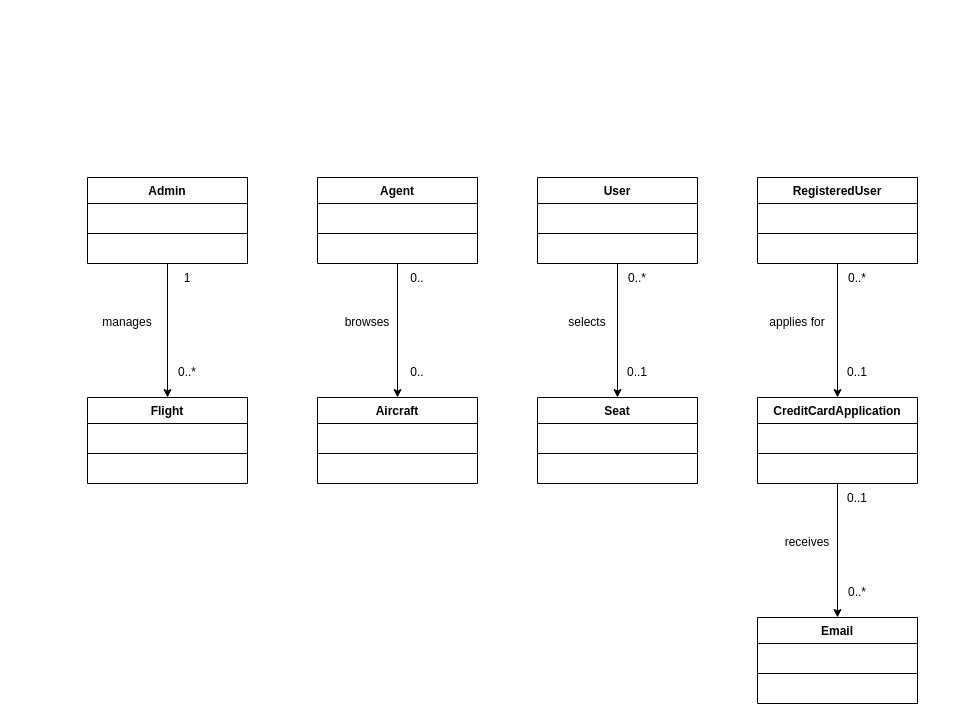
Above: docs/SystemConceptualModel.drawio in Not-Nimna/flight_reservation (draw.io), before the change. Source tidied: cells renumbered, new cells numbered last; positions are measured from the earlier drawing's top-left corner, leaving out a move shared by most shapes. Both pictures are drawn from the tidied source at 100%, with x=0, y=0 at pixel (87, 177).
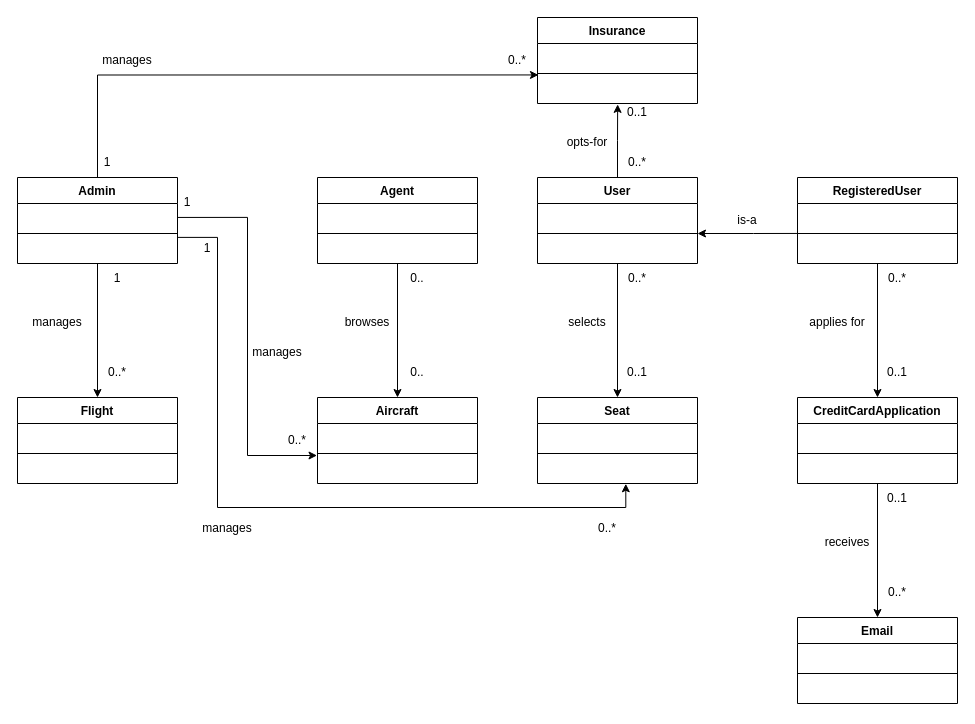
After the change.

Unchanged cells that the change refers to:
```xml
<mxCell id="4" value="&amp;nbsp;" style="text;strokeColor=none;fillColor=none;align=left;verticalAlign=top;spacingLeft=4;spacingRight=4;overflow=hidden;points=[[0,0.5],[1,0.5]];portConstraint=eastwest;whiteSpace=wrap;html=1;" parent="3" vertex="1">
  <mxGeometry y="26" width="160" height="26" as="geometry" />
</mxCell>
<mxCell id="6" value="&amp;nbsp;" style="text;strokeColor=none;fillColor=none;align=left;verticalAlign=top;spacingLeft=4;spacingRight=4;overflow=hidden;points=[[0,0.5],[1,0.5]];portConstraint=eastwest;whiteSpace=wrap;html=1;" parent="3" vertex="1">
  <mxGeometry y="60" width="160" height="26" as="geometry" />
</mxCell>
<mxCell id="11" value="User" style="swimlane;fontStyle=1;align=center;verticalAlign=top;horizontal=1;startSize=26;whiteSpace=wrap;html=1;" parent="1" vertex="1">
  <mxGeometry x="450" width="160" height="86" as="geometry" />
</mxCell>
<mxCell id="17" style="line;strokeWidth=1;fillColor=none;align=left;verticalAlign=middle;spacingTop=-1;spacingLeft=3;spacingRight=3;labelPosition=right;points=[];portConstraint=eastwest;strokeColor=inherit;" parent="15" vertex="1">
  <mxGeometry y="52" width="160" height="8" as="geometry" />
</mxCell>
<mxCell id="26" value="&amp;nbsp;" style="text;strokeColor=none;fillColor=none;align=left;verticalAlign=top;spacingLeft=4;spacingRight=4;overflow=hidden;points=[[0,0.5],[1,0.5]];portConstraint=eastwest;whiteSpace=wrap;html=1;" parent="23" vertex="1">
  <mxGeometry y="60" width="160" height="26" as="geometry" />
</mxCell>
<mxCell id="30" value="&amp;nbsp;" style="text;strokeColor=none;fillColor=none;align=left;verticalAlign=top;spacingLeft=4;spacingRight=4;overflow=hidden;points=[[0,0.5],[1,0.5]];portConstraint=eastwest;whiteSpace=wrap;html=1;" parent="27" vertex="1">
  <mxGeometry y="60" width="160" height="26" as="geometry" />
</mxCell>
```

Change to the diagram source:
```diff
@@
+    <mxCell id="58" style="edgeStyle=orthogonalEdgeStyle;rounded=0;jettySize=auto;html=1;entryX=0.006;entryY=-0.098;entryDx=0;entryDy=0;entryPerimeter=0;" parent="1" edge="1" source="3" target="71">
+      <mxGeometry relative="1" as="geometry" />
+    </mxCell>
     <mxCell id="3" value="Admin" style="swimlane;fontStyle=1;align=center;verticalAlign=top;horizontal=1;startSize=26;whiteSpace=wrap;html=1;" parent="1" vertex="1">
-      <mxGeometry width="160" height="86" as="geometry" />
+      <mxGeometry x="-70" width="160" height="86" as="geometry" />
     </mxCell>
@@
+    <mxCell id="59" style="edgeStyle=orthogonalEdgeStyle;rounded=0;jettySize=auto;html=1;entryX=0.501;entryY=1.034;entryDx=0;entryDy=0;entryPerimeter=0;" parent="1" edge="1" source="11" target="71">
+      <mxGeometry relative="1" as="geometry" />
+    </mxCell>
@@
     <mxCell id="15" value="RegisteredUser" style="swimlane;fontStyle=1;align=center;verticalAlign=top;horizontal=1;startSize=26;whiteSpace=wrap;html=1;" parent="1" vertex="1">
-      <mxGeometry x="670" width="160" height="86" as="geometry" />
+      <mxGeometry x="710" width="160" height="86" as="geometry" />
     </mxCell>
@@
     <mxCell id="19" value="Flight" style="swimlane;fontStyle=1;align=center;verticalAlign=top;horizontal=1;startSize=26;whiteSpace=wrap;html=1;" parent="1" vertex="1">
-      <mxGeometry y="220" width="160" height="86" as="geometry" />
+      <mxGeometry x="-70" y="220" width="160" height="86" as="geometry" />
     </mxCell>
@@
     <mxCell id="31" value="CreditCardApplication" style="swimlane;fontStyle=1;align=center;verticalAlign=top;horizontal=1;startSize=26;whiteSpace=wrap;html=1;" parent="1" vertex="1">
-      <mxGeometry x="670" y="220" width="160" height="86" as="geometry" />
+      <mxGeometry x="710" y="220" width="160" height="86" as="geometry" />
     </mxCell>
@@
     <mxCell id="35" value="manages" style="text;html=1;strokeColor=none;fillColor=none;align=center;verticalAlign=middle;whiteSpace=wrap;rounded=0;" parent="1" vertex="1">
-      <mxGeometry x="10" y="130" width="60" height="30" as="geometry" />
+      <mxGeometry x="-60" y="130" width="60" height="30" as="geometry" />
     </mxCell>
     <mxCell id="36" value="1" style="text;html=1;strokeColor=none;fillColor=none;align=center;verticalAlign=middle;whiteSpace=wrap;rounded=0;" parent="1" vertex="1">
-      <mxGeometry x="70" y="86" width="60" height="30" as="geometry" />
+      <mxGeometry y="86" width="60" height="30" as="geometry" />
     </mxCell>
     <mxCell id="37" value="0..*" style="text;html=1;strokeColor=none;fillColor=none;align=center;verticalAlign=middle;whiteSpace=wrap;rounded=0;" parent="1" vertex="1">
-      <mxGeometry x="70" y="180" width="60" height="30" as="geometry" />
+      <mxGeometry y="180" width="60" height="30" as="geometry" />
     </mxCell>
@@
     <mxCell id="46" style="edgeStyle=orthogonalEdgeStyle;rounded=0;orthogonalLoop=1;jettySize=auto;html=1;entryX=0.5;entryY=0;entryDx=0;entryDy=0;" parent="1" edge="1">
       <mxGeometry relative="1" as="geometry">
-        <mxPoint x="750" y="86" as="sourcePoint" />
-        <mxPoint x="750" y="220" as="targetPoint" />
+        <mxPoint x="790" y="86" as="sourcePoint" />
+        <mxPoint x="790" y="220" as="targetPoint" />
       </mxGeometry>
     </mxCell>
     <mxCell id="47" value="applies for" style="text;html=1;strokeColor=none;fillColor=none;align=center;verticalAlign=middle;whiteSpace=wrap;rounded=0;" parent="1" vertex="1">
-      <mxGeometry x="680" y="130" width="60" height="30" as="geometry" />
+      <mxGeometry x="720" y="130" width="60" height="30" as="geometry" />
     </mxCell>
     <mxCell id="48" value="0..*" style="text;html=1;strokeColor=none;fillColor=none;align=center;verticalAlign=middle;whiteSpace=wrap;rounded=0;" parent="1" vertex="1">
-      <mxGeometry x="740" y="86" width="60" height="30" as="geometry" />
+      <mxGeometry x="780" y="86" width="60" height="30" as="geometry" />
     </mxCell>
     <mxCell id="49" value="0..1" style="text;html=1;strokeColor=none;fillColor=none;align=center;verticalAlign=middle;whiteSpace=wrap;rounded=0;" parent="1" vertex="1">
-      <mxGeometry x="740" y="180" width="60" height="30" as="geometry" />
+      <mxGeometry x="780" y="180" width="60" height="30" as="geometry" />
     </mxCell>
     <mxCell id="50" style="edgeStyle=orthogonalEdgeStyle;rounded=0;orthogonalLoop=1;jettySize=auto;html=1;entryX=0.5;entryY=0;entryDx=0;entryDy=0;" parent="1" edge="1">
       <mxGeometry relative="1" as="geometry">
-        <mxPoint x="750" y="306" as="sourcePoint" />
-        <mxPoint x="750" y="440" as="targetPoint" />
+        <mxPoint x="790" y="306" as="sourcePoint" />
+        <mxPoint x="790" y="440" as="targetPoint" />
       </mxGeometry>
     </mxCell>
     <mxCell id="51" value="receives" style="text;html=1;strokeColor=none;fillColor=none;align=center;verticalAlign=middle;whiteSpace=wrap;rounded=0;" parent="1" vertex="1">
-      <mxGeometry x="690" y="350" width="60" height="30" as="geometry" />
+      <mxGeometry x="730" y="350" width="60" height="30" as="geometry" />
     </mxCell>
     <mxCell id="52" value="0..1" style="text;html=1;strokeColor=none;fillColor=none;align=center;verticalAlign=middle;whiteSpace=wrap;rounded=0;" parent="1" vertex="1">
-      <mxGeometry x="740" y="306" width="60" height="30" as="geometry" />
+      <mxGeometry x="780" y="306" width="60" height="30" as="geometry" />
     </mxCell>
     <mxCell id="53" value="0..*" style="text;html=1;strokeColor=none;fillColor=none;align=center;verticalAlign=middle;whiteSpace=wrap;rounded=0;" parent="1" vertex="1">
-      <mxGeometry x="740" y="400" width="60" height="30" as="geometry" />
+      <mxGeometry x="780" y="400" width="60" height="30" as="geometry" />
     </mxCell>
     <mxCell id="54" value="Email" style="swimlane;fontStyle=1;align=center;verticalAlign=top;horizontal=1;startSize=26;whiteSpace=wrap;html=1;" parent="1" vertex="1">
-      <mxGeometry x="670" y="440" width="160" height="86" as="geometry" />
+      <mxGeometry x="710" y="440" width="160" height="86" as="geometry" />
     </mxCell>
@@
+    <mxCell id="60" style="edgeStyle=orthogonalEdgeStyle;rounded=0;jettySize=auto;html=1;entryX=-0.003;entryY=-0.077;entryDx=0;entryDy=0;entryPerimeter=0;exitX=1.002;exitY=0.536;exitDx=0;exitDy=0;exitPerimeter=0;" parent="1" edge="1" source="4" target="26">
+      <mxGeometry relative="1" as="geometry">
+        <Array as="points">
+          <mxPoint x="160" y="40" />
+          <mxPoint x="160" y="278" />
+        </Array>
+      </mxGeometry>
+    </mxCell>
+    <mxCell id="61" style="edgeStyle=orthogonalEdgeStyle;rounded=0;jettySize=auto;html=1;entryX=0.552;entryY=1.01;entryDx=0;entryDy=0;entryPerimeter=0;exitX=0.998;exitY=-0.004;exitDx=0;exitDy=0;exitPerimeter=0;" parent="1" edge="1" source="6" target="30">
+      <mxGeometry relative="1" as="geometry">
+        <Array as="points">
+          <mxPoint x="130" y="60" />
+          <mxPoint x="130" y="330" />
+          <mxPoint x="538" y="330" />
+        </Array>
+      </mxGeometry>
+    </mxCell>
+    <mxCell id="62" value="manages" style="text;html=1;strokeColor=none;fillColor=none;align=center;verticalAlign=middle;whiteSpace=wrap;rounded=0;" parent="1" vertex="1">
+      <mxGeometry x="110" y="336" width="60" height="30" as="geometry" />
+    </mxCell>
+    <mxCell id="63" value="1" style="text;html=1;strokeColor=none;fillColor=none;align=center;verticalAlign=middle;whiteSpace=wrap;rounded=0;" parent="1" vertex="1">
+      <mxGeometry x="90" y="56" width="60" height="30" as="geometry" />
+    </mxCell>
+    <mxCell id="64" value="0..*" style="text;html=1;strokeColor=none;fillColor=none;align=center;verticalAlign=middle;whiteSpace=wrap;rounded=0;" parent="1" vertex="1">
+      <mxGeometry x="490" y="336" width="60" height="30" as="geometry" />
+    </mxCell>
+    <mxCell id="65" value="manages" style="text;html=1;strokeColor=none;fillColor=none;align=center;verticalAlign=middle;whiteSpace=wrap;rounded=0;" parent="1" vertex="1">
+      <mxGeometry x="160" y="160" width="60" height="30" as="geometry" />
+    </mxCell>
+    <mxCell id="66" value="1" style="text;html=1;strokeColor=none;fillColor=none;align=center;verticalAlign=middle;whiteSpace=wrap;rounded=0;" parent="1" vertex="1">
+      <mxGeometry x="70" y="10" width="60" height="30" as="geometry" />
+    </mxCell>
+    <mxCell id="67" value="0..*" style="text;html=1;strokeColor=none;fillColor=none;align=center;verticalAlign=middle;whiteSpace=wrap;rounded=0;" parent="1" vertex="1">
+      <mxGeometry x="180" y="248" width="60" height="30" as="geometry" />
+    </mxCell>
+    <mxCell id="68" value="Insurance" style="swimlane;fontStyle=1;align=center;verticalAlign=top;horizontal=1;startSize=26;whiteSpace=wrap;html=1;" parent="1" vertex="1">
+      <mxGeometry x="450" y="-160" width="160" height="86" as="geometry" />
+    </mxCell>
+    <mxCell id="69" value="&amp;nbsp;" style="text;strokeColor=none;fillColor=none;align=left;verticalAlign=top;spacingLeft=4;spacingRight=4;overflow=hidden;whiteSpace=wrap;html=1;" parent="68" vertex="1">
+      <mxGeometry y="26" width="160" height="26" as="geometry" />
+    </mxCell>
+    <mxCell id="70" style="line;strokeWidth=1;fillColor=none;align=left;verticalAlign=middle;spacingTop=-1;spacingLeft=3;spacingRight=3;labelPosition=right;strokeColor=inherit;" parent="68" vertex="1">
+      <mxGeometry y="52" width="160" height="8" as="geometry" />
+    </mxCell>
+    <mxCell id="71" value="&amp;nbsp;" style="text;strokeColor=none;fillColor=none;align=left;verticalAlign=top;spacingLeft=4;spacingRight=4;overflow=hidden;points=[[0,0.5],[1,0.5]];portConstraint=eastwest;whiteSpace=wrap;html=1;" parent="68" vertex="1">
+      <mxGeometry y="60" width="160" height="26" as="geometry" />
+    </mxCell>
+    <mxCell id="72" value="opts-for" style="text;html=1;strokeColor=none;fillColor=none;align=center;verticalAlign=middle;whiteSpace=wrap;rounded=0;" parent="1" vertex="1">
+      <mxGeometry x="470" y="-50" width="60" height="30" as="geometry" />
+    </mxCell>
+    <mxCell id="73" style="edgeStyle=orthogonalEdgeStyle;rounded=0;jettySize=auto;html=1;entryX=1.022;entryY=0.968;entryDx=0;entryDy=0;entryPerimeter=0;exitX=0.003;exitY=0.494;exitDx=0;exitDy=0;exitPerimeter=0;" parent="1" edge="1" source="17">
+      <mxGeometry relative="1" as="geometry">
+        <mxPoint x="610" y="56" as="targetPoint" />
+        <Array as="points">
+          <mxPoint x="666" y="56" />
+        </Array>
+      </mxGeometry>
+    </mxCell>
+    <mxCell id="74" value="is-a" style="text;html=1;strokeColor=none;fillColor=none;align=center;verticalAlign=middle;whiteSpace=wrap;rounded=0;" parent="1" vertex="1">
+      <mxGeometry x="630" y="28" width="60" height="30" as="geometry" />
+    </mxCell>
+    <mxCell id="75" value="manages" style="text;html=1;strokeColor=none;fillColor=none;align=center;verticalAlign=middle;whiteSpace=wrap;rounded=0;" parent="1" vertex="1">
+      <mxGeometry x="10" y="-132" width="60" height="30" as="geometry" />
+    </mxCell>
+    <mxCell id="76" value="1" style="text;html=1;strokeColor=none;fillColor=none;align=center;verticalAlign=middle;whiteSpace=wrap;rounded=0;" parent="1" vertex="1">
+      <mxGeometry x="-10" y="-30" width="60" height="30" as="geometry" />
+    </mxCell>
+    <mxCell id="77" value="0..*" style="text;html=1;strokeColor=none;fillColor=none;align=center;verticalAlign=middle;whiteSpace=wrap;rounded=0;" parent="1" vertex="1">
+      <mxGeometry x="400" y="-132" width="60" height="30" as="geometry" />
+    </mxCell>
+    <mxCell id="78" value="0..1" style="text;html=1;strokeColor=none;fillColor=none;align=center;verticalAlign=middle;whiteSpace=wrap;rounded=0;" parent="1" vertex="1">
+      <mxGeometry x="520" y="-80" width="60" height="30" as="geometry" />
+    </mxCell>
+    <mxCell id="79" value="0..*" style="text;html=1;strokeColor=none;fillColor=none;align=center;verticalAlign=middle;whiteSpace=wrap;rounded=0;" parent="1" vertex="1">
+      <mxGeometry x="520" y="-30" width="60" height="30" as="geometry" />
+    </mxCell>
```
